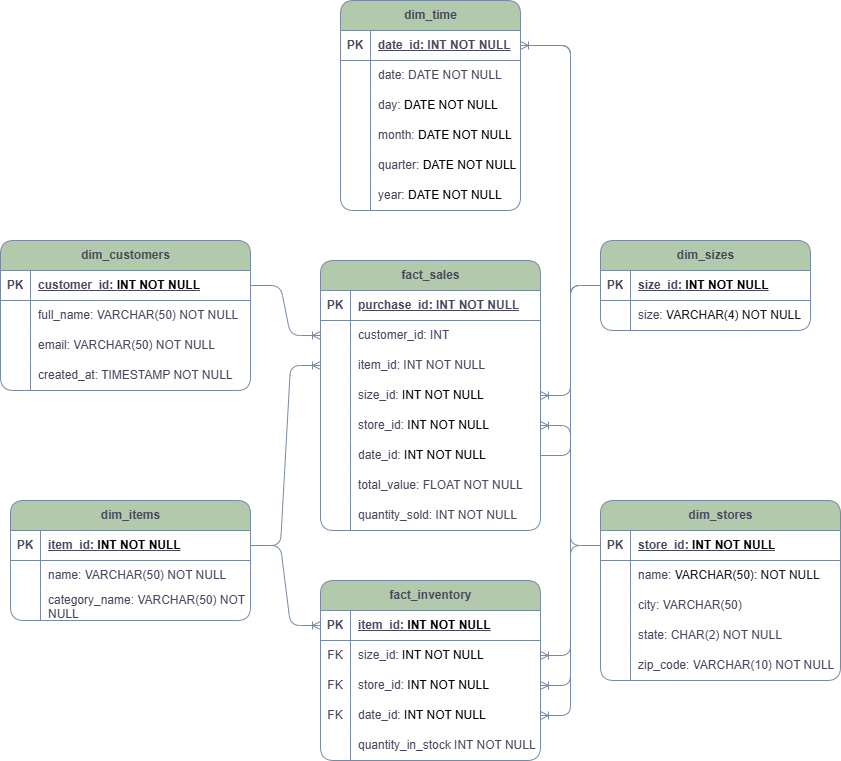
ruancastro/e-commercy-database keeps this draw.io diagram as E_commerce_dbs-OLAP.png. Above is the earlier version. Source tidied: cells renumbered, new cells last; positions are measured from the earlier drawing's top-left corner, leaving out a move shared by most shapes.
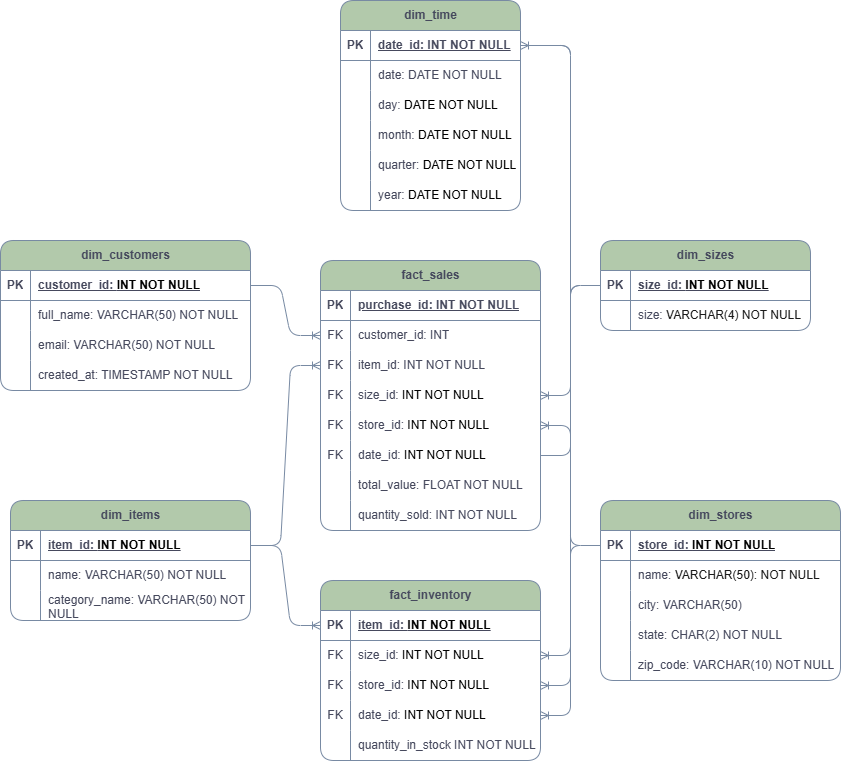
After the change.

Commit message:
adding foreing keys into schema

What changed in the source:
```diff
@@ -17,7 +17,7 @@
     <mxCell id="6" style="shape=tableRow;horizontal=0;startSize=0;swimlaneHead=0;swimlaneBody=0;fillColor=none;points=[[0,0.5],[1,0.5]];portConstraint=eastwest;top=0;left=0;right=0;bottom=0;rounded=1;labelBackgroundColor=none;strokeColor=#788AA3;fontColor=#46495D;" parent="2" vertex="1">
       <mxGeometry y="60" width="220" height="30" as="geometry" />
     </mxCell>
-    <mxCell id="7" style="shape=partialRectangle;fillColor=none;top=0;left=0;bottom=0;right=0;overflow=hidden;whiteSpace=wrap;html=1;rounded=1;labelBackgroundColor=none;strokeColor=#788AA3;fontColor=#46495D;" parent="6" vertex="1">
+    <mxCell id="7" value="FK" style="shape=partialRectangle;fillColor=none;top=0;left=0;bottom=0;right=0;overflow=hidden;whiteSpace=wrap;html=1;rounded=1;labelBackgroundColor=none;strokeColor=#788AA3;fontColor=#46495D;" parent="6" vertex="1">
       <mxGeometry width="30" height="30" as="geometry" />
     </mxCell>
     <mxCell id="8" value="&lt;div&gt;&lt;span class=&quot;text-sm px-1 rounded-sm !font-mono bg-sunset/10 text-rust dark:bg-dawn/10 dark:text-dawn&quot;&gt;customer_id: INT&lt;/span&gt;&lt;/div&gt;" style="shape=partialRectangle;fillColor=none;top=0;left=0;bottom=0;right=0;align=left;spacingLeft=6;overflow=hidden;whiteSpace=wrap;html=1;rounded=1;labelBackgroundColor=none;strokeColor=#788AA3;fontColor=#46495D;" parent="6" vertex="1">
@@ -26,7 +26,7 @@
     <mxCell id="9" style="shape=tableRow;horizontal=0;startSize=0;swimlaneHead=0;swimlaneBody=0;fillColor=none;points=[[0,0.5],[1,0.5]];portConstraint=eastwest;top=0;left=0;right=0;bottom=0;rounded=1;labelBackgroundColor=none;strokeColor=#788AA3;fontColor=#46495D;" parent="2" vertex="1">
       <mxGeometry y="90" width="220" height="30" as="geometry" />
     </mxCell>
-    <mxCell id="10" style="shape=partialRectangle;fillColor=none;top=0;left=0;bottom=0;right=0;overflow=hidden;whiteSpace=wrap;html=1;rounded=1;labelBackgroundColor=none;strokeColor=#788AA3;fontColor=#46495D;" parent="9" vertex="1">
+    <mxCell id="10" value="FK" style="shape=partialRectangle;fillColor=none;top=0;left=0;bottom=0;right=0;overflow=hidden;whiteSpace=wrap;html=1;rounded=1;labelBackgroundColor=none;strokeColor=#788AA3;fontColor=#46495D;" parent="9" vertex="1">
       <mxGeometry width="30" height="30" as="geometry" />
     </mxCell>
     <mxCell id="11" value="&lt;div&gt;&lt;span class=&quot;text-sm px-1 rounded-sm !font-mono bg-sunset/10 text-rust dark:bg-dawn/10 dark:text-dawn&quot;&gt;item_id: INT NOT NULL&lt;/span&gt;&lt;/div&gt;" style="shape=partialRectangle;fillColor=none;top=0;left=0;bottom=0;right=0;align=left;spacingLeft=6;overflow=hidden;whiteSpace=wrap;html=1;rounded=1;labelBackgroundColor=none;strokeColor=#788AA3;fontColor=#46495D;" parent="9" vertex="1">
@@ -35,7 +35,7 @@
     <mxCell id="12" style="shape=tableRow;horizontal=0;startSize=0;swimlaneHead=0;swimlaneBody=0;fillColor=none;points=[[0,0.5],[1,0.5]];portConstraint=eastwest;top=0;left=0;right=0;bottom=0;rounded=1;labelBackgroundColor=none;strokeColor=#788AA3;fontColor=#46495D;" parent="2" vertex="1">
       <mxGeometry y="120" width="220" height="30" as="geometry" />
     </mxCell>
-    <mxCell id="13" style="shape=partialRectangle;fillColor=none;top=0;left=0;bottom=0;right=0;overflow=hidden;whiteSpace=wrap;html=1;rounded=1;labelBackgroundColor=none;strokeColor=#788AA3;fontColor=#46495D;" parent="12" vertex="1">
+    <mxCell id="13" value="FK" style="shape=partialRectangle;fillColor=none;top=0;left=0;bottom=0;right=0;overflow=hidden;whiteSpace=wrap;html=1;rounded=1;labelBackgroundColor=none;strokeColor=#788AA3;fontColor=#46495D;" parent="12" vertex="1">
       <mxGeometry width="30" height="30" as="geometry" />
     </mxCell>
     <mxCell id="14" value="&lt;div&gt;&lt;span class=&quot;text-sm px-1 rounded-sm !font-mono bg-sunset/10 text-rust dark:bg-dawn/10 dark:text-dawn&quot;&gt;size_id:&amp;nbsp;&lt;/span&gt;&lt;span style=&quot;background-color: transparent; color: light-dark(rgb(0, 0, 0), rgb(255, 255, 255));&quot;&gt;INT NOT NULL&lt;/span&gt;&lt;/div&gt;" style="shape=partialRectangle;fillColor=none;top=0;left=0;bottom=0;right=0;align=left;spacingLeft=6;overflow=hidden;whiteSpace=wrap;html=1;rounded=1;labelBackgroundColor=none;strokeColor=#788AA3;fontColor=#46495D;" parent="12" vertex="1">
@@ -44,7 +44,7 @@
     <mxCell id="15" style="shape=tableRow;horizontal=0;startSize=0;swimlaneHead=0;swimlaneBody=0;fillColor=none;points=[[0,0.5],[1,0.5]];portConstraint=eastwest;top=0;left=0;right=0;bottom=0;rounded=1;labelBackgroundColor=none;strokeColor=#788AA3;fontColor=#46495D;" parent="2" vertex="1">
       <mxGeometry y="150" width="220" height="30" as="geometry" />
     </mxCell>
-    <mxCell id="16" style="shape=partialRectangle;fillColor=none;top=0;left=0;bottom=0;right=0;overflow=hidden;whiteSpace=wrap;html=1;rounded=1;labelBackgroundColor=none;strokeColor=#788AA3;fontColor=#46495D;" parent="15" vertex="1">
+    <mxCell id="16" value="FK" style="shape=partialRectangle;fillColor=none;top=0;left=0;bottom=0;right=0;overflow=hidden;whiteSpace=wrap;html=1;rounded=1;labelBackgroundColor=none;strokeColor=#788AA3;fontColor=#46495D;" parent="15" vertex="1">
       <mxGeometry width="30" height="30" as="geometry" />
     </mxCell>
     <mxCell id="17" value="&lt;div&gt;&lt;span class=&quot;text-sm px-1 rounded-sm !font-mono bg-sunset/10 text-rust dark:bg-dawn/10 dark:text-dawn&quot;&gt;store_id:&amp;nbsp;&lt;/span&gt;&lt;span style=&quot;background-color: transparent; color: light-dark(rgb(0, 0, 0), rgb(255, 255, 255));&quot;&gt;INT NOT NULL&lt;/span&gt;&lt;/div&gt;" style="shape=partialRectangle;fillColor=none;top=0;left=0;bottom=0;right=0;align=left;spacingLeft=6;overflow=hidden;whiteSpace=wrap;html=1;rounded=1;labelBackgroundColor=none;strokeColor=#788AA3;fontColor=#46495D;" parent="15" vertex="1">
@@ -53,7 +53,7 @@
     <mxCell id="18" style="shape=tableRow;horizontal=0;startSize=0;swimlaneHead=0;swimlaneBody=0;fillColor=none;points=[[0,0.5],[1,0.5]];portConstraint=eastwest;top=0;left=0;right=0;bottom=0;rounded=1;labelBackgroundColor=none;strokeColor=#788AA3;fontColor=#46495D;" parent="2" vertex="1">
       <mxGeometry y="180" width="220" height="30" as="geometry" />
     </mxCell>
-    <mxCell id="19" style="shape=partialRectangle;fillColor=none;top=0;left=0;bottom=0;right=0;overflow=hidden;whiteSpace=wrap;html=1;rounded=1;labelBackgroundColor=none;strokeColor=#788AA3;fontColor=#46495D;" parent="18" vertex="1">
+    <mxCell id="19" value="FK" style="shape=partialRectangle;fillColor=none;top=0;left=0;bottom=0;right=0;overflow=hidden;whiteSpace=wrap;html=1;rounded=1;labelBackgroundColor=none;strokeColor=#788AA3;fontColor=#46495D;" parent="18" vertex="1">
       <mxGeometry width="30" height="30" as="geometry" />
     </mxCell>
     <mxCell id="20" value="&lt;div&gt;&lt;span class=&quot;text-sm px-1 rounded-sm !font-mono bg-sunset/10 text-rust dark:bg-dawn/10 dark:text-dawn&quot;&gt;date_id:&amp;nbsp;&lt;/span&gt;&lt;span style=&quot;background-color: transparent; color: light-dark(rgb(0, 0, 0), rgb(255, 255, 255));&quot;&gt;INT NOT NULL&lt;/span&gt;&lt;/div&gt;" style="shape=partialRectangle;fillColor=none;top=0;left=0;bottom=0;right=0;align=left;spacingLeft=6;overflow=hidden;whiteSpace=wrap;html=1;rounded=1;labelBackgroundColor=none;strokeColor=#788AA3;fontColor=#46495D;" parent="18" vertex="1">
```
